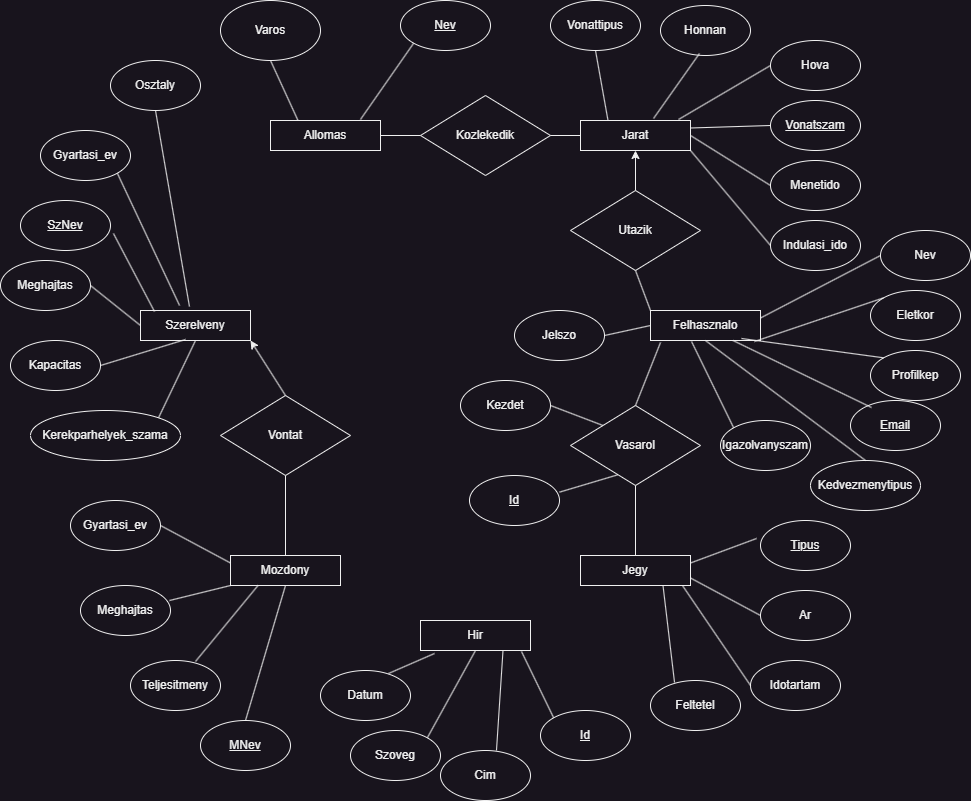
Earlier version of the draw.io export Doksi képek és modellek/Vasut EK.drawio.png (sanyopapa/adatb_alapu). Source tidied: cells renumbered, new cells last; positions are measured from the earlier drawing's top-left corner, leaving out a move shared by most shapes.
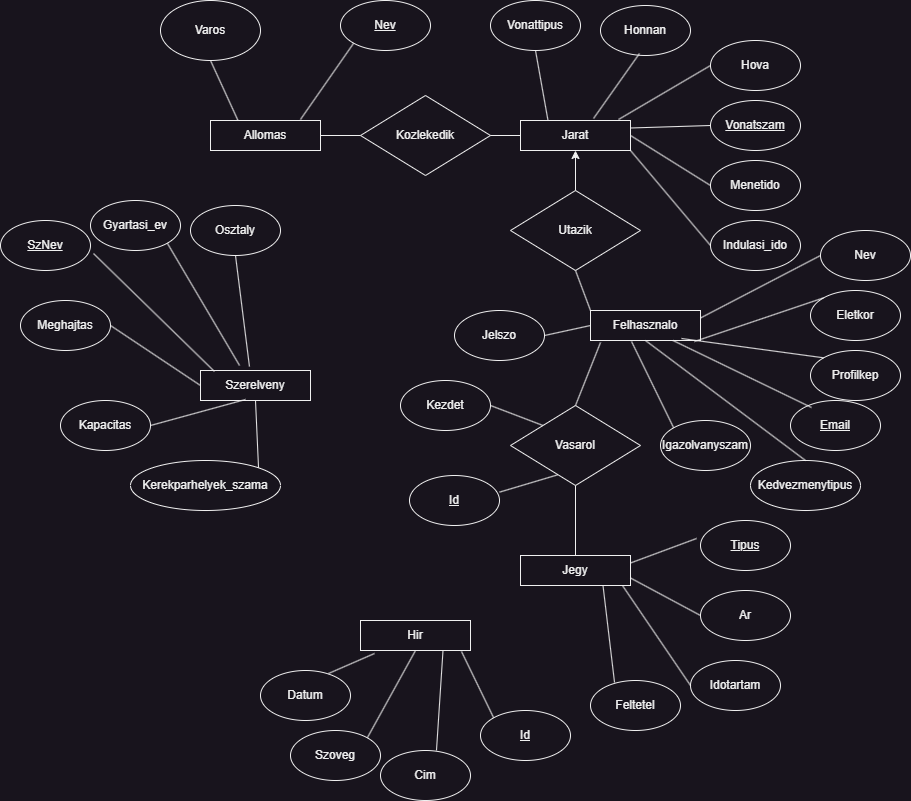
Later version of the same file.

What changed in the source:
```diff
@@ -149,53 +149,26 @@
     <mxCell id="50" style="endArrow=none;html=1;rounded=0;exitX=0;exitY=0;exitDx=0;exitDy=0;entryX=0.918;entryY=1.033;entryDx=0;entryDy=0;entryPerimeter=0;" parent="1" edge="1" source="46" target="42">
       <mxGeometry relative="1" as="geometry" />
     </mxCell>
-    <mxCell id="51" value="Mozdony" style="rounded=0;whiteSpace=wrap;html=1;" parent="1" vertex="1">
-      <mxGeometry x="230" y="555" width="110" height="30" as="geometry" />
-    </mxCell>
-    <mxCell id="52" value="Gyartasi_ev" style="ellipse;whiteSpace=wrap;html=1;" parent="1" vertex="1">
-      <mxGeometry x="70" y="500" width="90" height="50" as="geometry" />
-    </mxCell>
-    <mxCell id="53" value="Meghajtas" style="ellipse;whiteSpace=wrap;html=1;" parent="1" vertex="1">
-      <mxGeometry x="80" y="585" width="90" height="50" as="geometry" />
-    </mxCell>
-    <mxCell id="54" value="Teljesitmeny" style="ellipse;whiteSpace=wrap;html=1;" parent="1" vertex="1">
-      <mxGeometry x="130" y="660" width="90" height="50" as="geometry" />
-    </mxCell>
-    <mxCell id="55" value="MNev" style="ellipse;whiteSpace=wrap;html=1;fontStyle=4;" parent="1" vertex="1">
-      <mxGeometry x="200" y="720" width="90" height="50" as="geometry" />
-    </mxCell>
-    <mxCell id="56" style="endArrow=none;html=1;rounded=0;exitX=0.5;exitY=0;exitDx=0;exitDy=0;entryX=0.5;entryY=1;entryDx=0;entryDy=0;" parent="1" edge="1" source="55" target="51">
-      <mxGeometry relative="1" as="geometry" />
-    </mxCell>
-    <mxCell id="57" style="endArrow=none;html=1;rounded=0;exitX=0.722;exitY=0.02;exitDx=0;exitDy=0;exitPerimeter=0;entryX=0.25;entryY=1;entryDx=0;entryDy=0;" parent="1" edge="1" source="54" target="51">
-      <mxGeometry relative="1" as="geometry" />
-    </mxCell>
-    <mxCell id="58" style="endArrow=none;html=1;rounded=0;exitX=0.989;exitY=0.3;exitDx=0;exitDy=0;exitPerimeter=0;entryX=0;entryY=1;entryDx=0;entryDy=0;" parent="1" edge="1" source="53" target="51">
-      <mxGeometry relative="1" as="geometry" />
-    </mxCell>
-    <mxCell id="59" style="endArrow=none;html=1;rounded=0;exitX=1;exitY=0.5;exitDx=0;exitDy=0;entryX=0;entryY=0.25;entryDx=0;entryDy=0;" parent="1" edge="1" source="52" target="51">
-      <mxGeometry relative="1" as="geometry" />
-    </mxCell>
     <mxCell id="60" value="Szerelveny" style="rounded=0;whiteSpace=wrap;html=1;" parent="1" vertex="1">
-      <mxGeometry x="140" y="310" width="110" height="30" as="geometry" />
+      <mxGeometry x="260" y="370" width="110" height="30" as="geometry" />
     </mxCell>
     <mxCell id="61" value="Gyartasi_ev" style="ellipse;whiteSpace=wrap;html=1;" parent="1" vertex="1">
-      <mxGeometry x="40" y="130" width="90" height="50" as="geometry" />
+      <mxGeometry x="150" y="200" width="90" height="50" as="geometry" />
     </mxCell>
     <mxCell id="62" value="SzNev" style="ellipse;whiteSpace=wrap;html=1;fontStyle=4;" parent="1" vertex="1">
-      <mxGeometry x="20" y="200" width="90" height="50" as="geometry" />
+      <mxGeometry x="60" y="220" width="90" height="50" as="geometry" />
     </mxCell>
     <mxCell id="63" value="Meghajtas" style="ellipse;whiteSpace=wrap;html=1;" parent="1" vertex="1">
-      <mxGeometry y="260" width="90" height="50" as="geometry" />
+      <mxGeometry x="80" y="300" width="90" height="50" as="geometry" />
     </mxCell>
     <mxCell id="64" value="Kapacitas" style="ellipse;whiteSpace=wrap;html=1;" parent="1" vertex="1">
-      <mxGeometry x="10" y="340" width="90" height="50" as="geometry" />
+      <mxGeometry x="120" y="400" width="90" height="50" as="geometry" />
     </mxCell>
     <mxCell id="65" value="Kerekparhelyek_szama" style="ellipse;whiteSpace=wrap;html=1;" parent="1" vertex="1">
-      <mxGeometry x="30" y="410" width="150" height="50" as="geometry" />
+      <mxGeometry x="190" y="460" width="150" height="50" as="geometry" />
     </mxCell>
     <mxCell id="66" value="Osztaly" style="ellipse;whiteSpace=wrap;html=1;" parent="1" vertex="1">
-      <mxGeometry x="110" y="60" width="90" height="50" as="geometry" />
+      <mxGeometry x="250" y="205" width="90" height="50" as="geometry" />
     </mxCell>
     <mxCell id="67" style="endArrow=none;html=1;rounded=0;exitX=1;exitY=0;exitDx=0;exitDy=0;entryX=0.5;entryY=1;entryDx=0;entryDy=0;" parent="1" edge="1" source="65" target="60">
       <mxGeometry relative="1" as="geometry" />
@@ -242,15 +215,6 @@
     <mxCell id="81" style="endArrow=none;html=1;rounded=0;entryX=0;entryY=0.5;entryDx=0;entryDy=0;exitX=1;exitY=0.5;exitDx=0;exitDy=0;" parent="1" edge="1" source="2" target="79">
       <mxGeometry relative="1" as="geometry" />
     </mxCell>
-    <mxCell id="82" value="Vontat" style="rhombus;whiteSpace=wrap;html=1;" parent="1" vertex="1">
-      <mxGeometry x="220" y="395" width="130" height="80" as="geometry" />
-    </mxCell>
-    <mxCell id="83" style="endArrow=none;html=1;rounded=0;entryX=0.5;entryY=0;entryDx=0;entryDy=0;exitX=0.5;exitY=1;exitDx=0;exitDy=0;" parent="1" edge="1" source="82" target="51">
-      <mxGeometry relative="1" as="geometry" />
-    </mxCell>
-    <mxCell id="84" style="endArrow=classic;html=1;rounded=0;entryX=1;entryY=1;entryDx=0;entryDy=0;exitX=0.5;exitY=0;exitDx=0;exitDy=0;" parent="1" edge="1" source="82" target="60">
-      <mxGeometry relative="1" as="geometry" />
-    </mxCell>
     <mxCell id="85" value="Jelszo" style="ellipse;whiteSpace=wrap;html=1;" parent="1" vertex="1">
       <mxGeometry x="514" y="310" width="90" height="50" as="geometry" />
     </mxCell>
```
